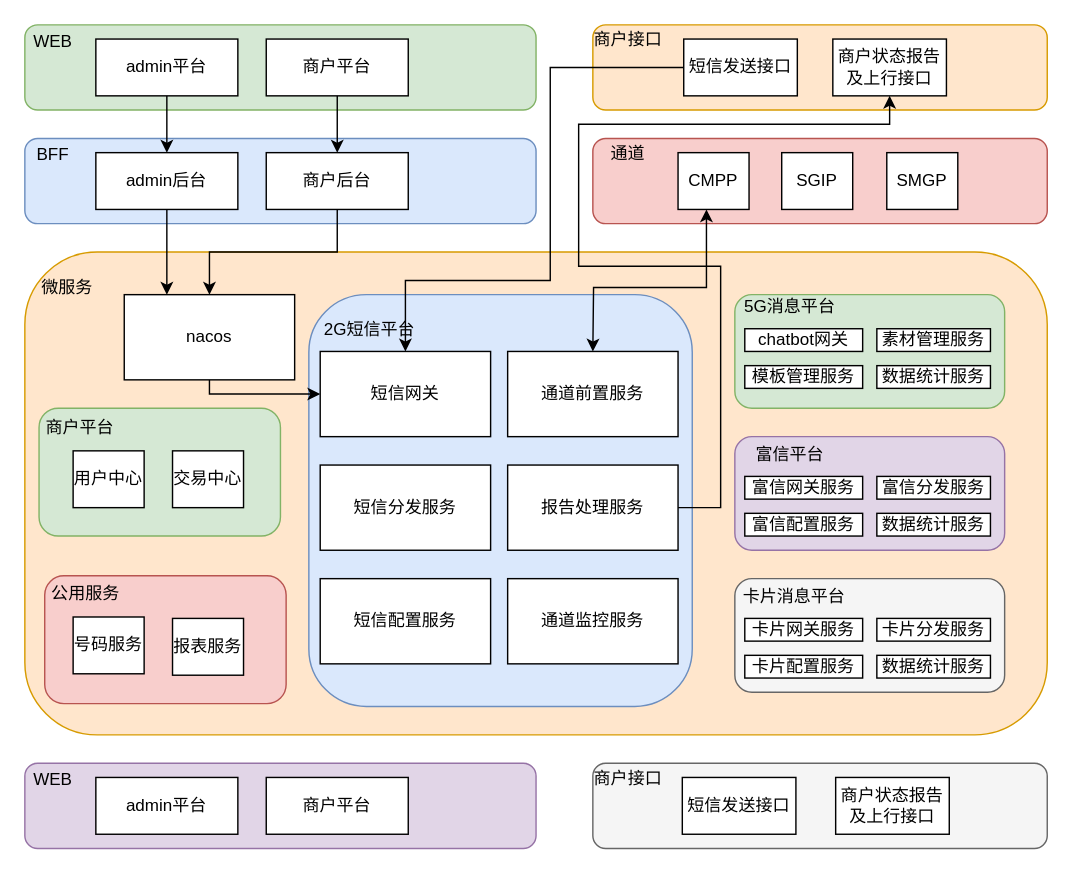
noarter/flow-chart keeps this draw.io diagram as 短信平台架构设计.drawio. Above is the earlier version. Source tidied: cells renumbered, new cells numbered last; positions are measured from the earlier drawing's top-left corner, leaving out a move shared by most shapes. Both pictures are drawn from the tidied source at 142%, with x=0, y=0 at pixel (24, 24).
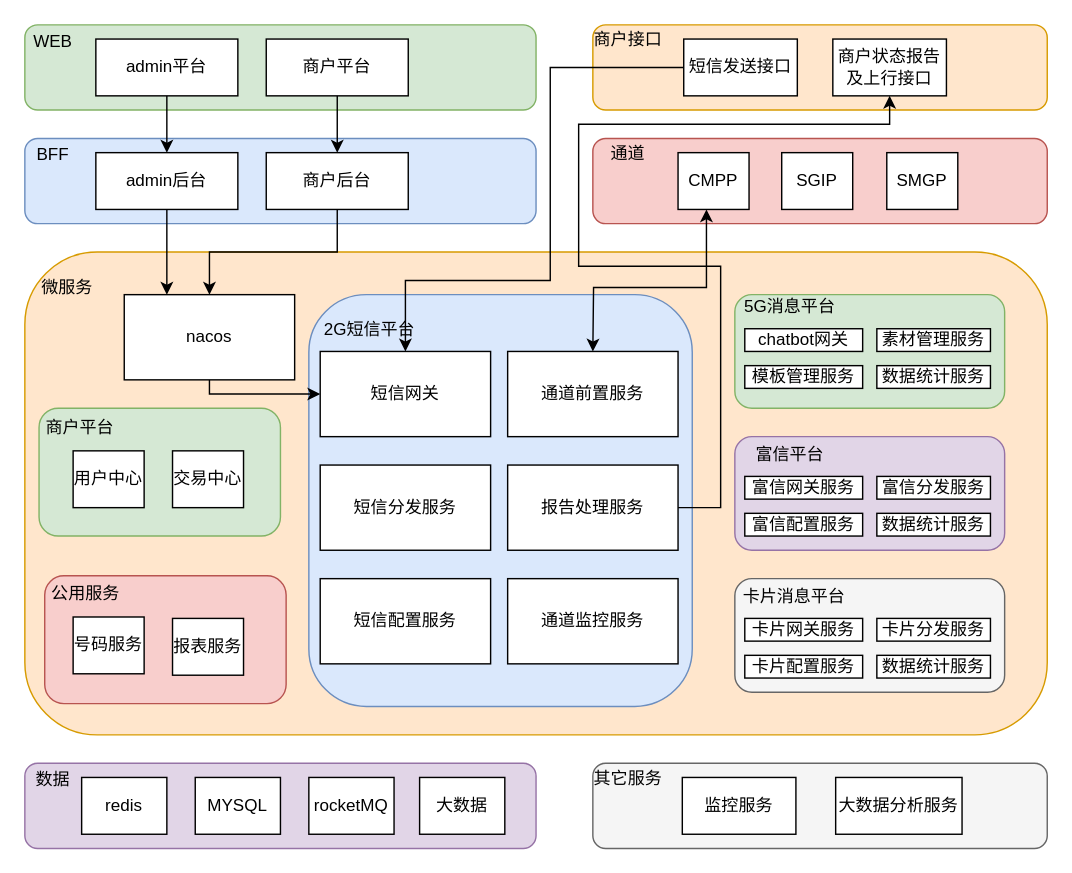
The same page after the edit.

Commit message (it also covers changes not shown here):
更新短信平台架构设计.drawio

What changed in the source:
```diff
@@
-    <mxCell id="28" value="WEB" style="text;html=1;strokeColor=none;fillColor=none;align=center;verticalAlign=middle;whiteSpace=wrap;rounded=0;" parent="1" vertex="1">
+    <mxCell id="28" value="数据" style="text;html=1;strokeColor=none;fillColor=none;align=center;verticalAlign=middle;whiteSpace=wrap;rounded=0;" parent="1" vertex="1">
       <mxGeometry y="522" width="40" height="20" as="geometry" />
     </mxCell>
-    <mxCell id="29" value="商户接口" style="text;html=1;strokeColor=none;fillColor=none;align=center;verticalAlign=middle;whiteSpace=wrap;rounded=0;" parent="1" vertex="1">
+    <mxCell id="29" value="其它服务" style="text;html=1;strokeColor=none;fillColor=none;align=center;verticalAlign=middle;whiteSpace=wrap;rounded=0;" parent="1" vertex="1">
       <mxGeometry x="400" y="521" width="50" height="20" as="geometry" />
     </mxCell>
-    <mxCell id="30" value="admin平台" style="rounded=0;whiteSpace=wrap;html=1;shadow=0;glass=0;sketch=0;strokeColor=default;gradientColor=none;" parent="1" vertex="1">
-      <mxGeometry x="50" y="530" width="100" height="40" as="geometry" />
+    <mxCell id="30" value="redis" style="rounded=0;whiteSpace=wrap;html=1;shadow=0;glass=0;sketch=0;strokeColor=default;gradientColor=none;" parent="1" vertex="1">
+      <mxGeometry x="40" y="530" width="60" height="40" as="geometry" />
     </mxCell>
-    <mxCell id="31" value="商户平台" style="rounded=0;whiteSpace=wrap;html=1;shadow=0;glass=0;sketch=0;strokeColor=default;gradientColor=none;" parent="1" vertex="1">
-      <mxGeometry x="170" y="530" width="100" height="40" as="geometry" />
+    <mxCell id="31" value="MYSQL" style="rounded=0;whiteSpace=wrap;html=1;shadow=0;glass=0;sketch=0;strokeColor=default;gradientColor=none;" parent="1" vertex="1">
+      <mxGeometry x="120" y="530" width="60" height="40" as="geometry" />
     </mxCell>
-    <mxCell id="32" value="短信发送接口" style="rounded=0;whiteSpace=wrap;html=1;shadow=0;glass=0;sketch=0;strokeColor=default;gradientColor=none;" parent="1" vertex="1">
+    <mxCell id="32" value="监控服务" style="rounded=0;whiteSpace=wrap;html=1;shadow=0;glass=0;sketch=0;strokeColor=default;gradientColor=none;" parent="1" vertex="1">
       <mxGeometry x="463" y="530" width="80" height="40" as="geometry" />
     </mxCell>
-    <mxCell id="33" value="商户状态报告及上行接口" style="rounded=0;whiteSpace=wrap;html=1;shadow=0;glass=0;sketch=0;strokeColor=default;gradientColor=none;" parent="1" vertex="1">
-      <mxGeometry x="571" y="530" width="80" height="40" as="geometry" />
+    <mxCell id="33" value="大数据分析服务" style="rounded=0;whiteSpace=wrap;html=1;shadow=0;glass=0;sketch=0;strokeColor=default;gradientColor=none;" parent="1" vertex="1">
+      <mxGeometry x="571" y="530" width="89" height="40" as="geometry" />
     </mxCell>
@@
+    <mxCell id="72" value="rocketMQ" style="rounded=0;whiteSpace=wrap;html=1;shadow=0;glass=0;sketch=0;strokeColor=default;gradientColor=none;" parent="1" vertex="1">
+      <mxGeometry x="200" y="530" width="60" height="40" as="geometry" />
+    </mxCell>
+    <mxCell id="73" value="大数据" style="rounded=0;whiteSpace=wrap;html=1;shadow=0;glass=0;sketch=0;strokeColor=default;gradientColor=none;" parent="1" vertex="1">
+      <mxGeometry x="278" y="530" width="60" height="40" as="geometry" />
+    </mxCell>
```
